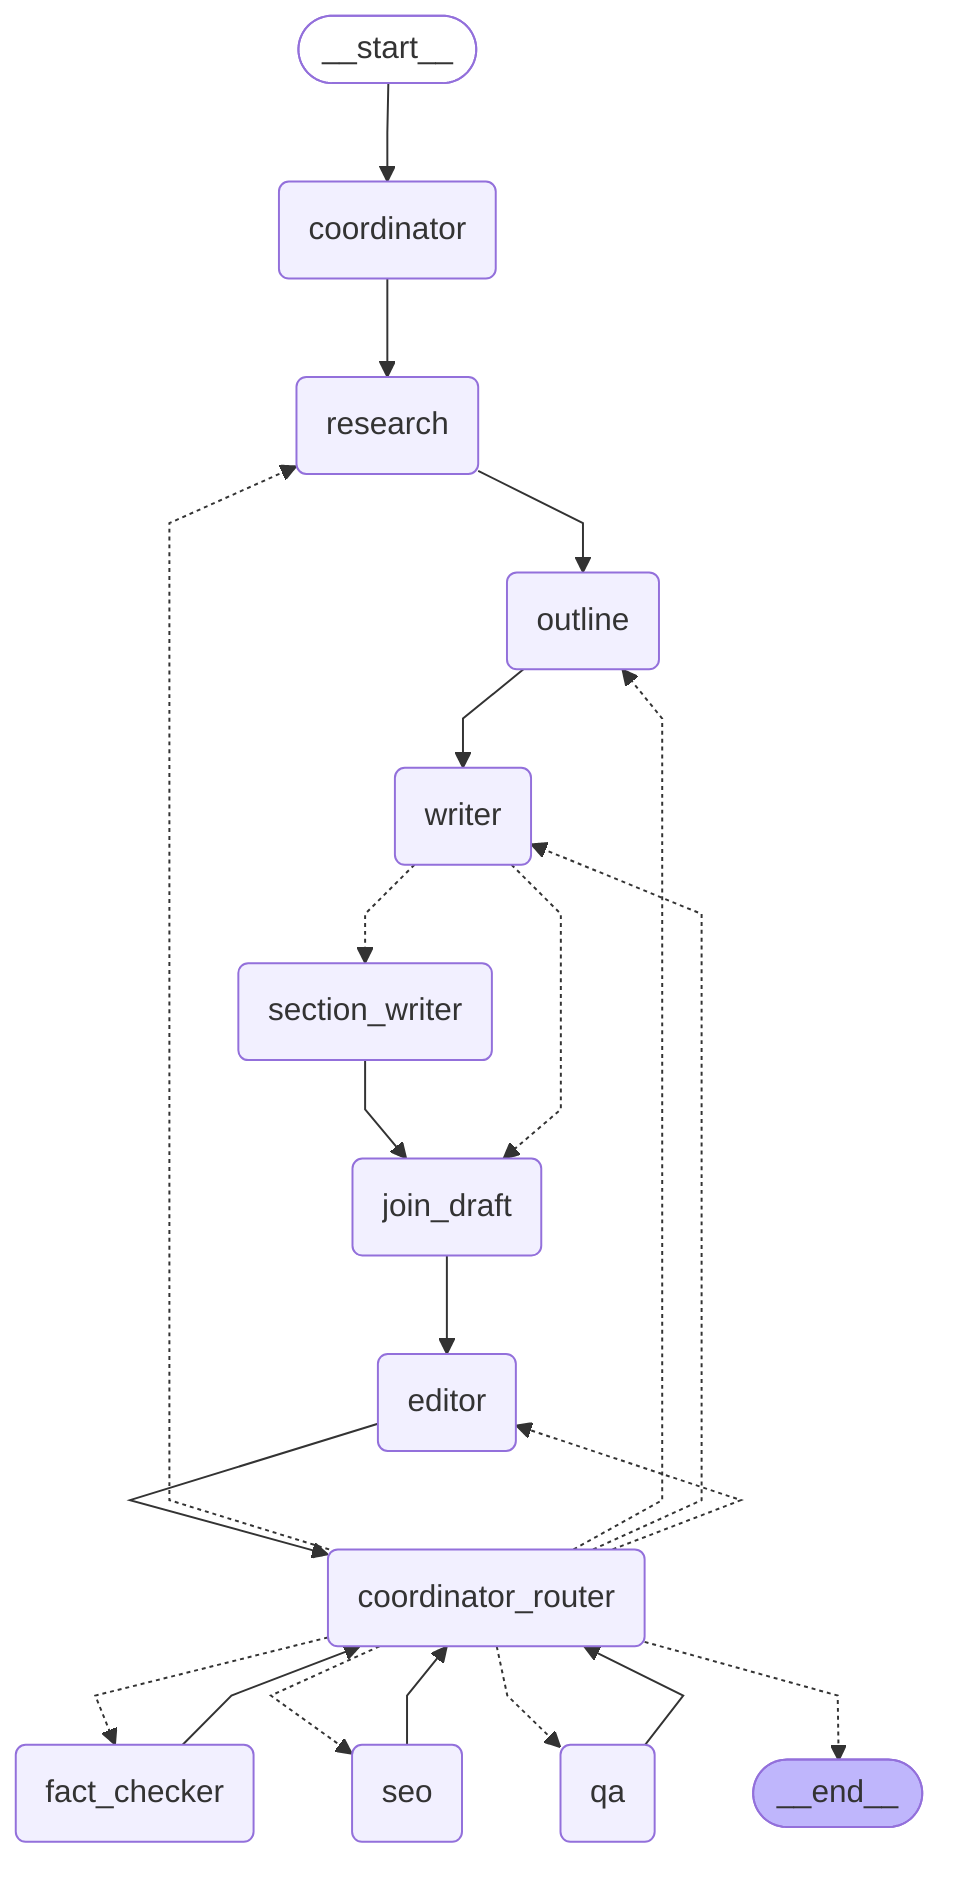
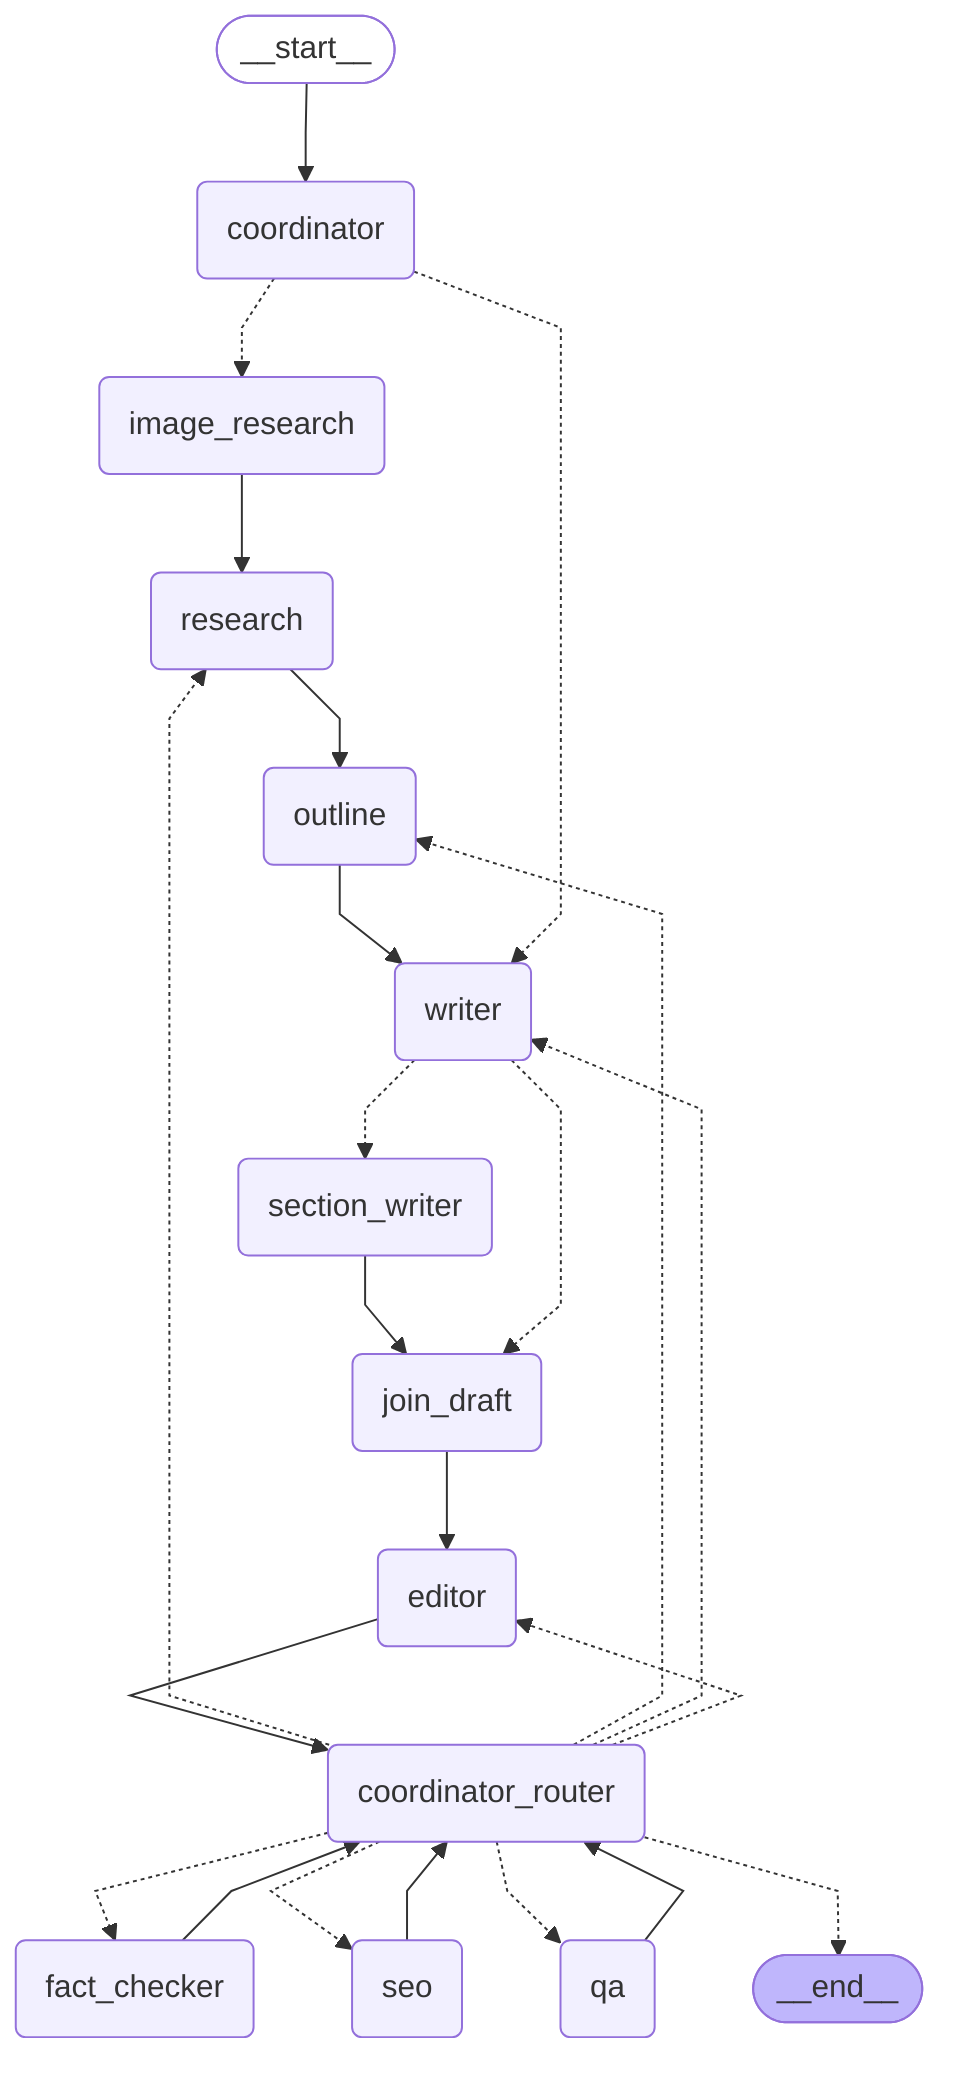
---
config:
  flowchart:
    curve: linear
---
graph TD;
	__start__([<p>__start__</p>]):::first
	coordinator(coordinator)
+ 	image_research(image_research)
	research(research)
	outline(outline)
	writer(writer)
	section_writer(section_writer)
	join_draft(join_draft)
	editor(editor)
	coordinator_router(coordinator_router)
	fact_checker(fact_checker)
	seo(seo)
	qa(qa)
	__end__([<p>__end__</p>]):::last
	__start__ --> coordinator;
- 	coordinator --> research;
	editor --> coordinator_router;
	fact_checker --> coordinator_router;
+ 	image_research --> research;
	join_draft --> editor;
	outline --> writer;
	qa --> coordinator_router;
	research --> outline;
	section_writer --> join_draft;
	seo --> coordinator_router;
+ 	coordinator -.-> image_research;
+ 	coordinator -.-> writer;
	writer -.-> section_writer;
	writer -.-> join_draft;
	coordinator_router -.-> research;
	coordinator_router -.-> outline;
	coordinator_router -.-> writer;
	coordinator_router -.-> editor;
	coordinator_router -.-> fact_checker;
	coordinator_router -.-> seo;
	coordinator_router -.-> qa;
	coordinator_router -.-> __end__;
	classDef default fill:#f2f0ff,line-height:1.2
	classDef first fill-opacity:0
	classDef last fill:#bfb6fc
